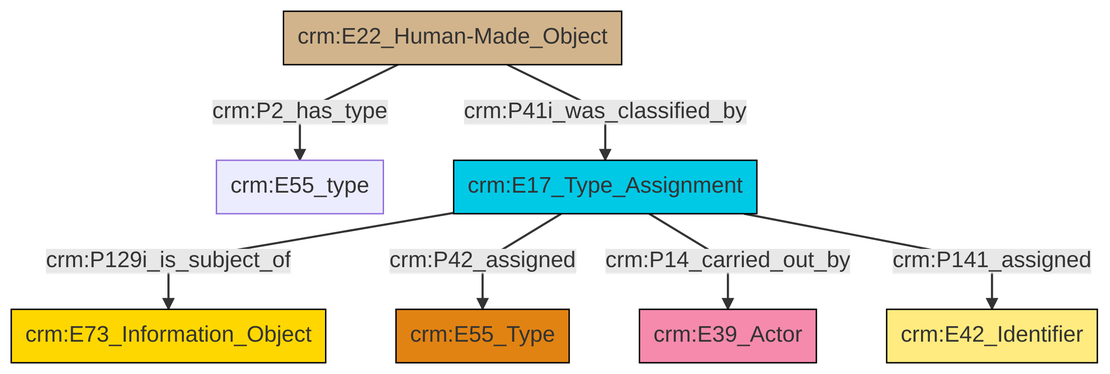
Before: et/builtWorkCSV/ttl/mmd/png/Built_Work_designation_status.png, a diagram exported from Mermaid (swiss-art-research-net/docs.swissartresearch). Its source is kept beside it as et/builtWorkCSV/ttl/mmd/Built_Work_designation_status.ttl.mmd.
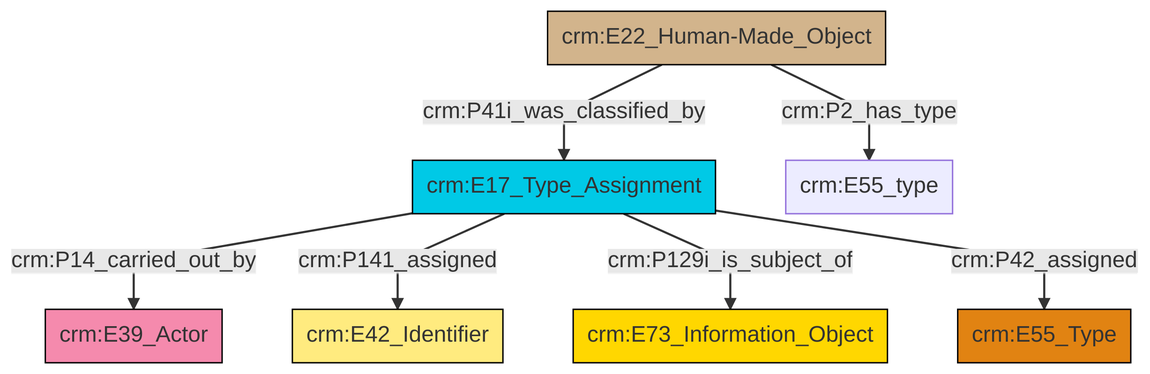
Above is the later version.

Diff of the diagram source:
```diff
@@ -13,9 +13,9 @@
 classDef PC_Classes fill:#4ce600, stroke:#000000;
 classDef Multi fill:#cccccc,stroke:#000000;
 
-2["crm:E22_Human-Made_Object"]:::Physical_Thing -->|crm:P2_has_type| 3["crm:E55_type"]:::Default
-2["crm:E22_Human-Made_Object"]:::Physical_Thing -->|crm:P41i_was_classified_by| 7["crm:E17_Type_Assignment"]:::Temporal_Entity
-7["crm:E17_Type_Assignment"]:::Temporal_Entity -->|crm:P129i_is_subject_of| 0["crm:E73_Information_Object"]:::Conceptual_Object
-7["crm:E17_Type_Assignment"]:::Temporal_Entity -->|crm:P42_assigned| 5["crm:E55_Type"]:::Type
-7["crm:E17_Type_Assignment"]:::Temporal_Entity -->|crm:P14_carried_out_by| 8["crm:E39_Actor"]:::Actor
-7["crm:E17_Type_Assignment"]:::Temporal_Entity -->|crm:P141_assigned| 9["crm:E42_Identifier"]:::Appellation
+2["crm:E17_Type_Assignment"]:::Temporal_Entity -->|crm:P14_carried_out_by| 3["crm:E39_Actor"]:::Actor
+2["crm:E17_Type_Assignment"]:::Temporal_Entity -->|crm:P141_assigned| 9["crm:E42_Identifier"]:::Appellation
+7["crm:E22_Human-Made_Object"]:::Physical_Thing -->|crm:P2_has_type| 12["crm:E55_type"]:::Default
+2["crm:E17_Type_Assignment"]:::Temporal_Entity -->|crm:P129i_is_subject_of| 4["crm:E73_Information_Object"]:::Conceptual_Object
+2["crm:E17_Type_Assignment"]:::Temporal_Entity -->|crm:P42_assigned| 0["crm:E55_Type"]:::Type
+7["crm:E22_Human-Made_Object"]:::Physical_Thing -->|crm:P41i_was_classified_by| 2["crm:E17_Type_Assignment"]:::Temporal_Entity
```
